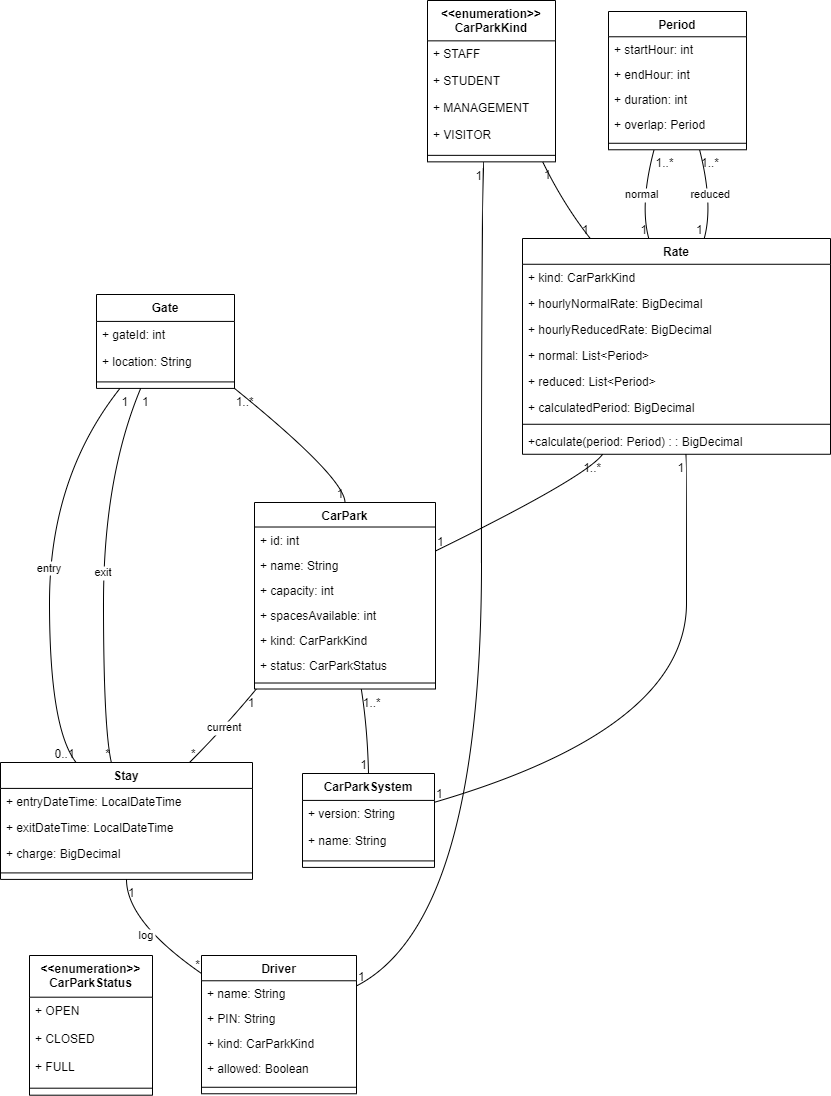
SamCull/VerificationRepeat keeps this draw.io diagram as src/cm/task4ClassDiagram.png. Above is the earlier version. Source tidied: cells renumbered, new cells last; positions are measured from the earlier drawing's top-left corner, leaving out a move shared by most shapes.
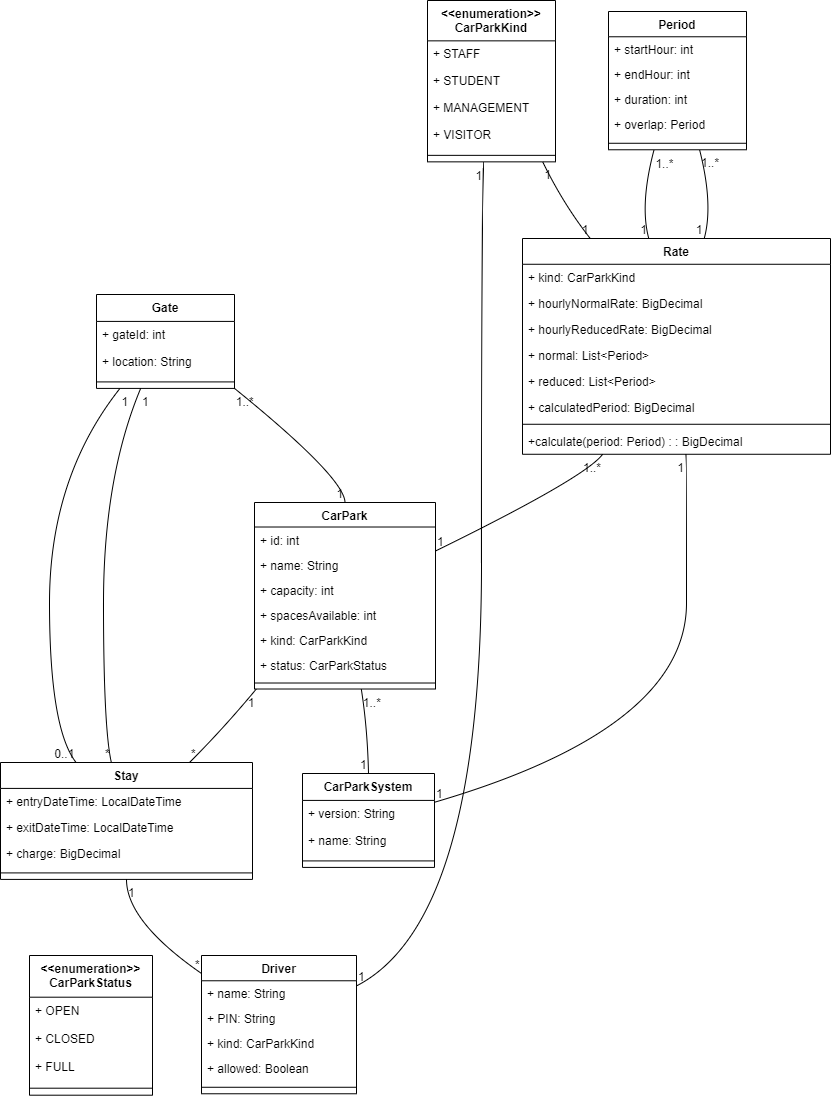
Later version of the same file.

Commit message:
Created task 4 diagram

Change to the diagram source:
```diff
@@ -175,7 +175,7 @@
     <mxCell id="57" value="1" style="edgeLabel;labelBackgroundColor=none;fontSize=12;align=right;verticalAlign=top;" parent="55" vertex="1">
       <mxGeometry x="1" relative="1" as="geometry" />
     </mxCell>
-    <mxCell id="58" value="log" style="curved=1;startArrow=none;endArrow=none;exitX=0;exitY=0.13;entryX=0.5;entryY=1;rounded=0;" parent="1" edge="1" source="13" target="19">
+    <mxCell id="58" style="curved=1;startArrow=none;endArrow=none;exitX=0;exitY=0.13;entryX=0.5;entryY=1;rounded=0;" parent="1" edge="1" source="13" target="19">
       <mxGeometry relative="1" as="geometry">
         <Array as="points">
           <mxPoint x="126" y="921" />
@@ -188,7 +188,7 @@
     <mxCell id="60" value="1" style="edgeLabel;labelBackgroundColor=none;fontSize=12;align=left;verticalAlign=top;" parent="58" vertex="1">
       <mxGeometry x="1" relative="1" as="geometry" />
     </mxCell>
-    <mxCell id="61" value="entry" style="curved=1;startArrow=none;endArrow=none;exitX=0.3;exitY=0;entryX=0.17;entryY=1;rounded=0;" parent="1" edge="1" source="19" target="24">
+    <mxCell id="61" style="curved=1;startArrow=none;endArrow=none;exitX=0.3;exitY=0;entryX=0.17;entryY=1;rounded=0;" parent="1" edge="1" source="19" target="24">
       <mxGeometry relative="1" as="geometry">
         <Array as="points">
           <mxPoint x="49" y="728" />
@@ -202,7 +202,7 @@
     <mxCell id="63" value="1" style="edgeLabel;labelBackgroundColor=none;fontSize=12;align=left;verticalAlign=top;" parent="61" vertex="1">
       <mxGeometry x="1" relative="1" as="geometry" />
     </mxCell>
-    <mxCell id="64" value="current" style="curved=1;startArrow=none;endArrow=none;exitX=0.75;exitY=0;entryX=0.01;entryY=1;rounded=0;" parent="1" edge="1" source="19" target="32">
+    <mxCell id="64" style="curved=1;startArrow=none;endArrow=none;exitX=0.75;exitY=0;entryX=0.01;entryY=1;rounded=0;" parent="1" edge="1" source="19" target="32">
       <mxGeometry relative="1" as="geometry">
         <Array as="points">
           <mxPoint x="223" y="728" />
@@ -215,7 +215,7 @@
     <mxCell id="66" value="1" style="edgeLabel;labelBackgroundColor=none;fontSize=12;align=right;verticalAlign=top;" parent="64" vertex="1">
       <mxGeometry x="1" relative="1" as="geometry" />
     </mxCell>
-    <mxCell id="67" value="exit" style="curved=1;startArrow=none;endArrow=none;exitX=0.44;exitY=0;entryX=0.32;entryY=1;rounded=0;" parent="1" edge="1" source="19" target="24">
+    <mxCell id="67" style="curved=1;startArrow=none;endArrow=none;exitX=0.44;exitY=0;entryX=0.32;entryY=1;rounded=0;" parent="1" edge="1" source="19" target="24">
       <mxGeometry relative="1" as="geometry">
         <Array as="points">
           <mxPoint x="103" y="728" />
@@ -268,7 +268,7 @@
     <mxCell id="78" value="1" style="edgeLabel;labelBackgroundColor=none;fontSize=12;align=left;verticalAlign=top;" parent="76" vertex="1">
       <mxGeometry x="1" relative="1" as="geometry" />
     </mxCell>
-    <mxCell id="79" value="normal" style="curved=1;startArrow=none;endArrow=none;exitX=0.41;exitY=0;entryX=0.33;entryY=1;rounded=0;" parent="1" edge="1" source="46" target="40">
+    <mxCell id="79" style="curved=1;startArrow=none;endArrow=none;exitX=0.41;exitY=0;entryX=0.33;entryY=1;rounded=0;" parent="1" edge="1" source="46" target="40">
       <mxGeometry relative="1" as="geometry">
         <Array as="points">
           <mxPoint x="639" y="204" />
@@ -281,7 +281,7 @@
     <mxCell id="81" value="1..*" style="edgeLabel;labelBackgroundColor=none;fontSize=12;align=left;verticalAlign=top;" parent="79" vertex="1">
       <mxGeometry x="1" relative="1" as="geometry" />
     </mxCell>
-    <mxCell id="82" value="reduced" style="curved=1;startArrow=none;endArrow=none;exitX=0.59;exitY=0;entryX=0.66;entryY=1;rounded=0;" parent="1" edge="1" source="46" target="40">
+    <mxCell id="82" style="curved=1;startArrow=none;endArrow=none;exitX=0.59;exitY=0;entryX=0.66;entryY=1;rounded=0;" parent="1" edge="1" source="46" target="40">
       <mxGeometry relative="1" as="geometry">
         <Array as="points">
           <mxPoint x="713" y="204" />
```
